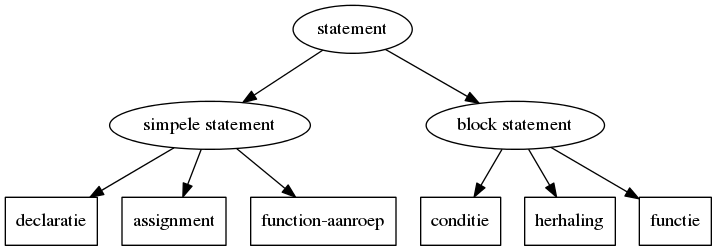
bartvoet/groupt_microcontrollers keeps this Graphviz diagram as pictures/code_hierachy_of_statements.png. Above is the earlier version. Its source is kept beside it as graphviz/code_hierachy_of_statements.dot. Source of this version:
```dot
 digraph graphname {
	statement[label="statement"];
	simple_statement[label="simpele statement"];
	block_statement[label="block statement"];
	statement -> simple_statement;
	statement -> block_statement;

	declaration[label="declaratie",shape=box]
	assignment[label="assignment",shape=box]
	function_call[label="function-aanroep",shape=box]

	simple_statement -> function_call
	simple_statement -> assignment
	simple_statement -> declaration

	conditional_statement[label="conditie",shape=box]
	repeat_statement[label="herhaling",shape=box]
	function_statement[label="functie",shape=box]

	block_statement -> conditional_statement;
	block_statement -> repeat_statement;
	block_statement -> function_statement;

}
```
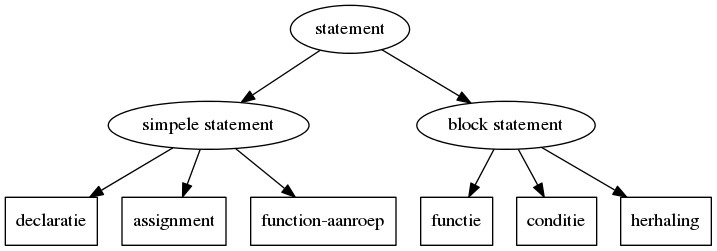
The same diagram one commit later.

Change to the diagram source:
```diff
@@ -1,5 +1,10 @@
  digraph graphname {
-	statement[label="statement"];
+
+  #declaratie
+  statement[label="statement"];
+  function_statement[label="functie" shape="box"]
+  #types
+
 	simple_statement[label="simpele statement"];
 	block_statement[label="block statement"];
 	statement -> simple_statement;
@@ -15,7 +20,7 @@
 
 	conditional_statement[label="conditie",shape=box]
 	repeat_statement[label="herhaling",shape=box]
-	function_statement[label="functie",shape=box]
+
 
 	block_statement -> conditional_statement;
 	block_statement -> repeat_statement;
```
